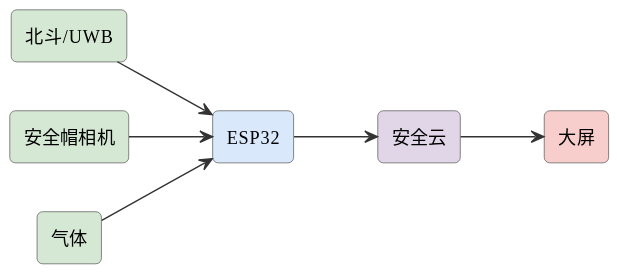
This is assets/diagrams/ideas-fig71.svg from mingyi0818/IntelligentMcuCourse, a PlantUML export, as it was before one commit.
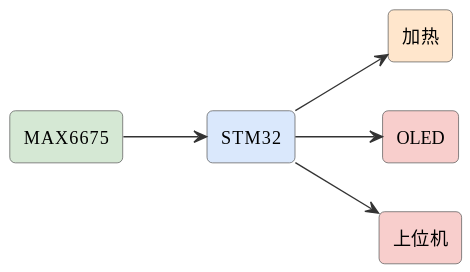
After the change.

Diff of the diagram source:
```diff
@@ -6,15 +6,13 @@
 skinparam arrowFontSize 11
 skinparam arrowColor #333
 left to right direction
-rectangle "北斗/UWB" as pos #d5e8d4
-rectangle "安全帽相机" as cam #d5e8d4
-rectangle "ESP32" as esp #dae8fc
-rectangle "气体" as gas #d5e8d4
-rectangle "安全云" as cloud #e1d5e8
-rectangle "大屏" as scr #f8cecc
-pos --> esp
-cam --> esp
-gas --> esp
-esp --> cloud
-cloud --> scr
+rectangle "MAX6675" as tc #d5e8d4
+rectangle "STM32" as stm #dae8fc
+rectangle "加热" as heat #ffe6cc
+rectangle "OLED" as oled #f8cecc
+rectangle "上位机" as pc #f8cecc
+tc --> stm
+stm --> heat
+stm --> oled
+stm --> pc
 @enduml
```
